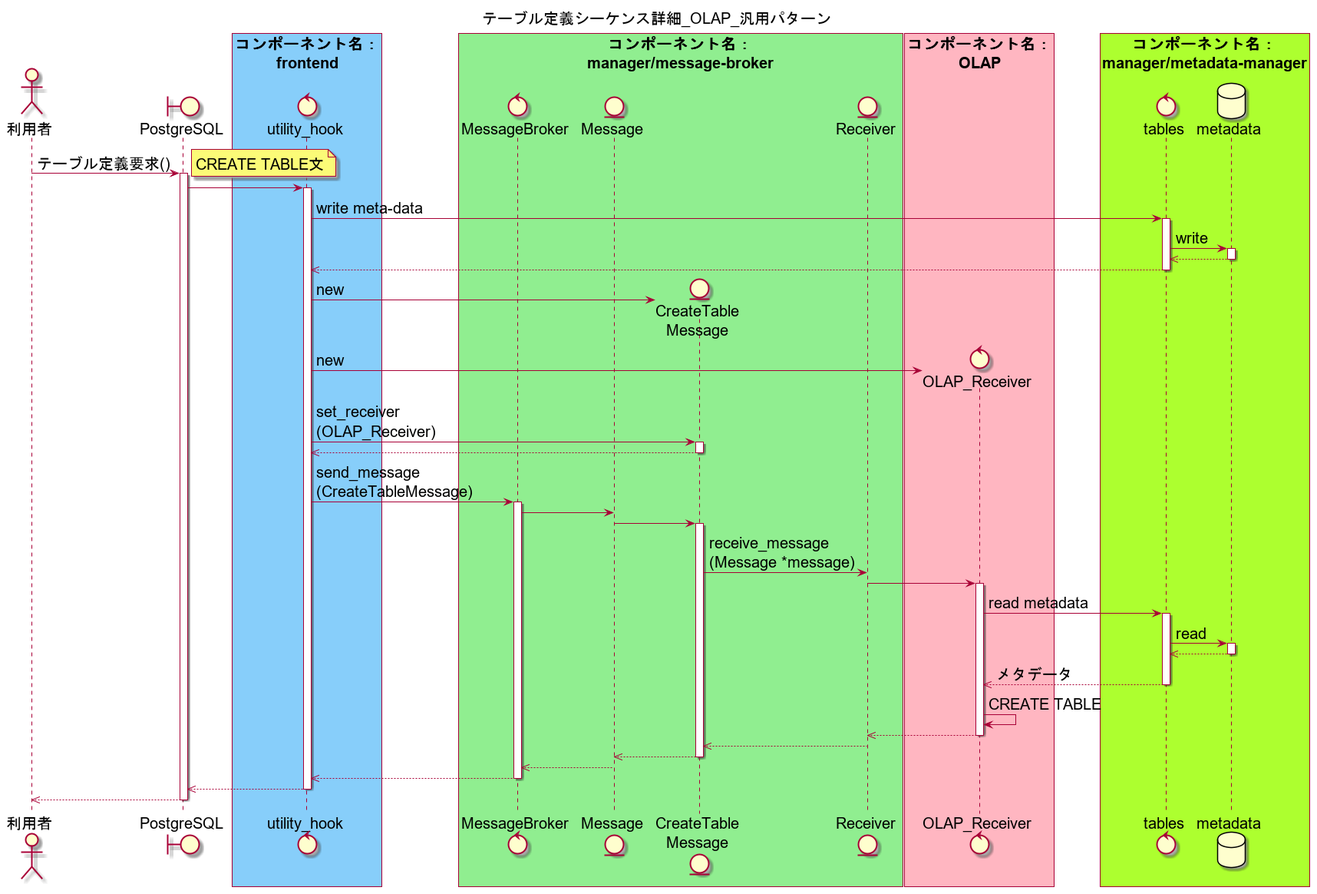
Above: docs/design/img/out/CREATE_TABLE_detail/テーブル定義シーケンス詳細_OLAP_汎用パターン.png in project-tsurugi/tsurugi_fdw (PlantUML), before the change. Source of this version:
```plantuml
@startuml テーブル定義シーケンス詳細_OLAP_汎用パターン
skinparam defaultFontSize 20

title テーブル定義シーケンス詳細_OLAP_汎用パターン

actor 利用者
boundary PostgreSQL

box "コンポーネント名：\nfrontend" #LightSkyBlue
control utility_hook
end box

box "コンポーネント名：\nmanager/message-broker" #LightGreen
control MessageBroker
entity Message
entity "CreateTable\nMessage" as concrete_message
entity Receiver
end box

box "コンポーネント名：\nOLAP" #LightPink
control "OLAP_Receiver" as olap_receiver
end box

box "コンポーネント名：\nmanager/metadata-manager" #GreenYellow
control tables
database metadata
end box

利用者 -> PostgreSQL : テーブル定義要求()
activate PostgreSQL
note right
CREATE TABLE文
end note

PostgreSQL -> utility_hook
activate utility_hook
  utility_hook -> tables : write meta-data
  activate tables
    tables -> metadata : write
    activate metadata
    tables <<-- metadata
    deactivate metadata
    utility_hook <<-- tables
  deactivate tables

  create concrete_message
  utility_hook -> concrete_message : new
  create olap_receiver
  utility_hook -> olap_receiver : new

  utility_hook -> concrete_message : set_receiver\n(OLAP_Receiver)
  activate concrete_message
    utility_hook <<-- concrete_message
  deactivate concrete_message

  utility_hook -> MessageBroker : send_message\n(CreateTableMessage)
  activate MessageBroker

  MessageBroker -> Message
  Message -> concrete_message
  activate concrete_message
    concrete_message -> Receiver : receive_message\n(Message *message)
    Receiver -> olap_receiver
    activate olap_receiver
      olap_receiver -> tables : read metadata
      activate tables
        tables -> metadata : read
        activate metadata
        tables <<-- metadata
        deactivate metadata
        olap_receiver <<-- tables : メタデータ
      deactivate tables
      olap_receiver -> olap_receiver : CREATE TABLE
      Receiver <<-- olap_receiver
      deactivate olap_receiver
      concrete_message <<-- Receiver
  Message <<-- concrete_message
  deactivate concrete_message
  MessageBroker <<-- Message
  utility_hook <<-- MessageBroker
  deactivate MessageBroker
PostgreSQL <<-- utility_hook
deactivate utility_hook
利用者 <<-- PostgreSQL
deactivate PostgreSQL

@enduml
```
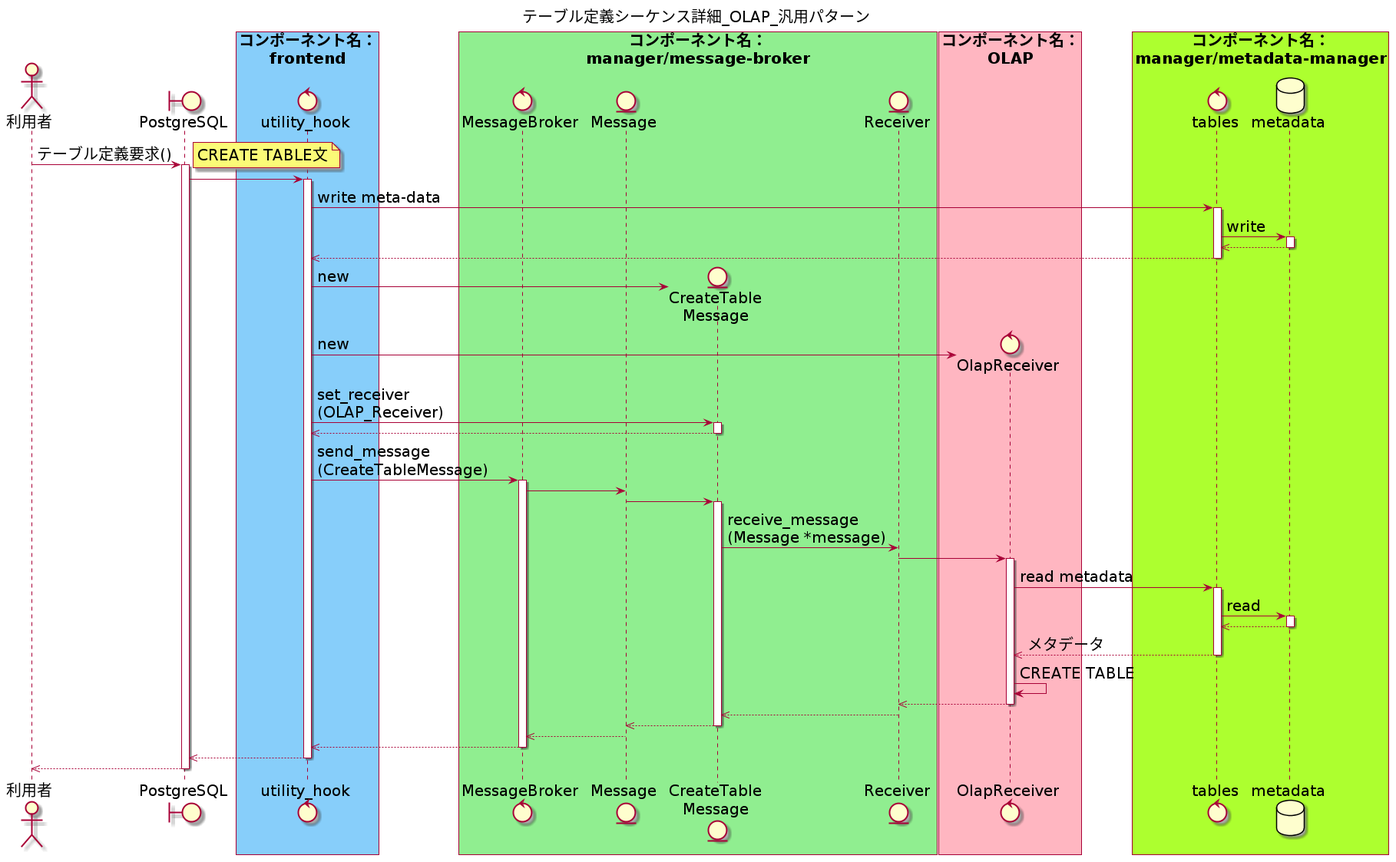
The same diagram one commit later.

Change to the diagram source:
```diff
@@ -18,7 +18,7 @@
 end box
 
 box "コンポーネント名：\nOLAP" #LightPink
-control "OLAP_Receiver" as olap_receiver
+control "OlapReceiver" as olap_receiver
 end box
 
 box "コンポーネント名：\nmanager/metadata-manager" #GreenYellow
```
